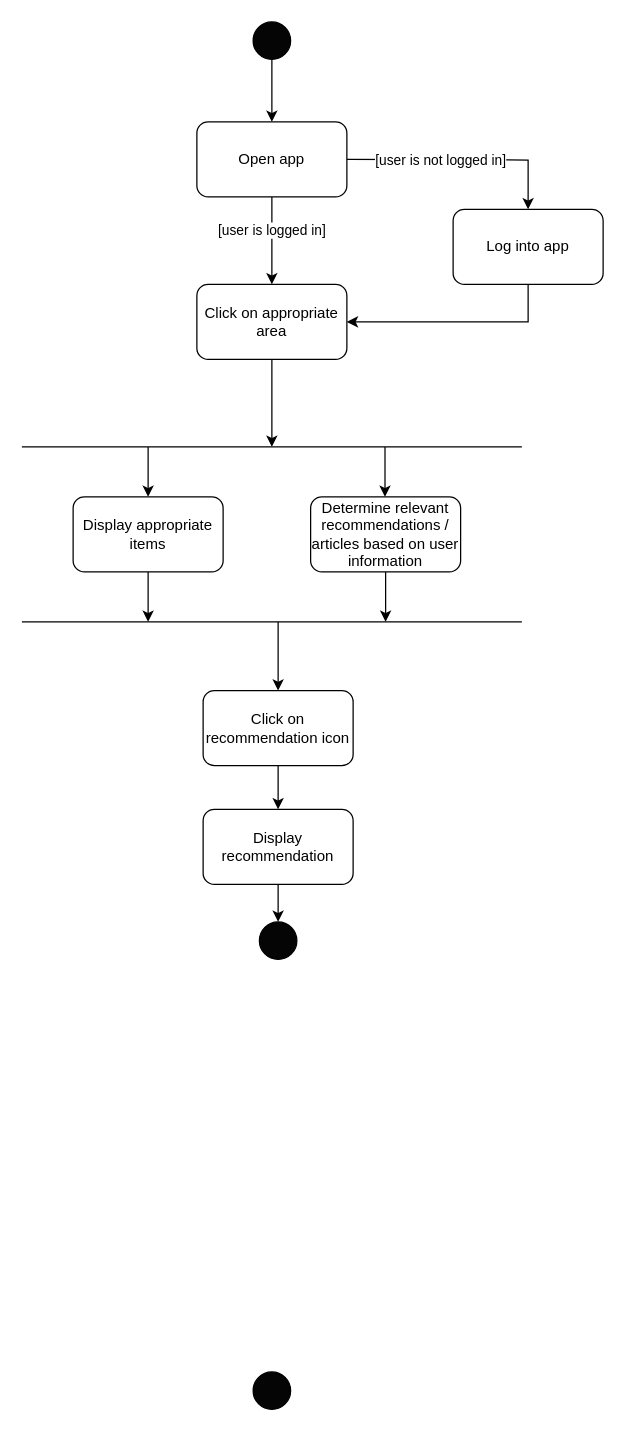
The draw.io diagram ActivityDiagram_ViewRecommendations.drawio in ahammond3aws/DC2SEN, before the edit. Source tidied: cells renumbered, new cells numbered last; positions are measured from the earlier drawing's top-left corner, leaving out a move shared by most shapes. Both pictures are drawn from the tidied source at 125%, with x=0, y=0 at pixel (21, 21).
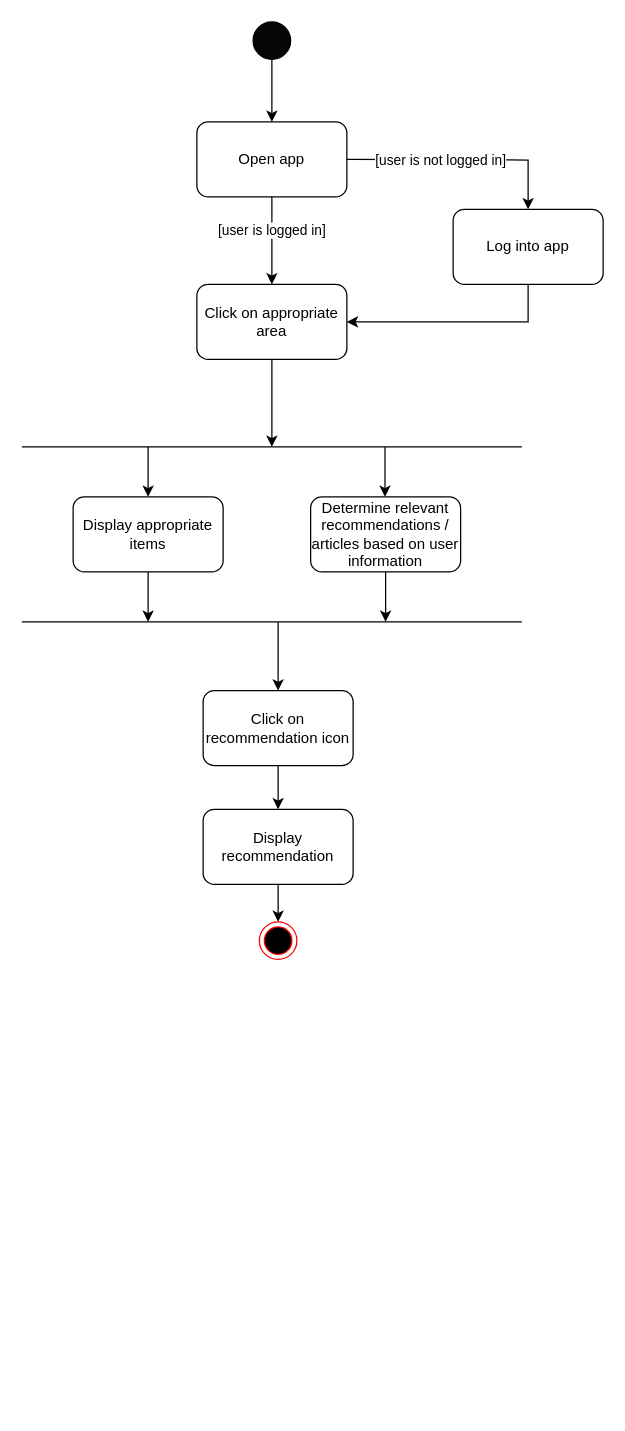
After the change.

Unchanged cells that the change refers to:
```xml
<mxCell id="15" value="Display recommendation" style="rounded=1;whiteSpace=wrap;html=1;fillColor=#FFFFFF;" parent="1" vertex="1">
  <mxGeometry x="145" y="630" width="120" height="60" as="geometry" />
</mxCell>
```

The edit, as a diff of the source:
```diff
@@
-    <mxCell id="11" style="ellipse;whiteSpace=wrap;html=1;direction=east;fillColor=#050505;" parent="1" vertex="1">
-      <mxGeometry x="185" y="1080" width="30" height="30" as="geometry" />
-    </mxCell>
@@
-    <mxCell id="14" style="edgeStyle=orthogonalEdgeStyle;rounded=0;jettySize=auto;html=1;entryX=0.5;entryY=0;entryDx=0;entryDy=0;" parent="1" edge="1" source="15" target="23">
-      <mxGeometry relative="1" as="geometry" />
+    <mxCell id="14" style="edgeStyle=orthogonalEdgeStyle;rounded=0;jettySize=auto;html=1;entryX=0.5;entryY=0;entryDx=0;entryDy=0;" parent="1" edge="1" source="15">
+      <mxGeometry relative="1" as="geometry">
+        <mxPoint x="205" y="720" as="targetPoint" />
+      </mxGeometry>
     </mxCell>
@@
-    <mxCell id="23" style="ellipse;whiteSpace=wrap;html=1;direction=east;fillColor=#050505;" parent="1" vertex="1">
-      <mxGeometry x="190" y="720" width="30" height="30" as="geometry" />
-    </mxCell>
@@
+    <mxCell id="28" style="ellipse;html=1;shape=endState;fillColor=#000000;strokeColor=#ff0000;" parent="1" vertex="1">
+      <mxGeometry x="190" y="720" width="30" height="30" as="geometry" />
+    </mxCell>
```
